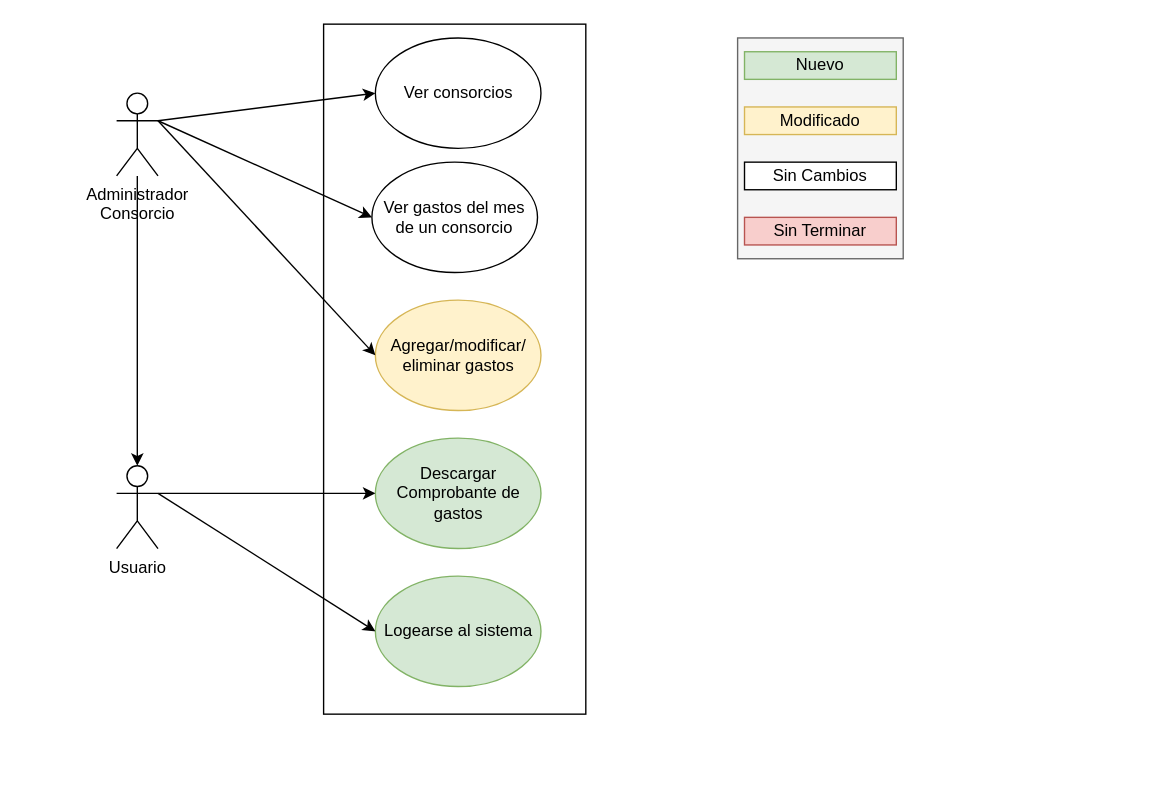
The draw.io diagram united-consortium-doc/use-cases-sources/use-cases.drawio in fbritez/consorcio-unido, before the edit. Source tidied: cells renumbered, new cells numbered last; positions are measured from the earlier drawing's top-left corner, leaving out a move shared by most shapes. Both pictures are drawn from the tidied source at 138%, with x=0, y=0 at pixel (116, 23).
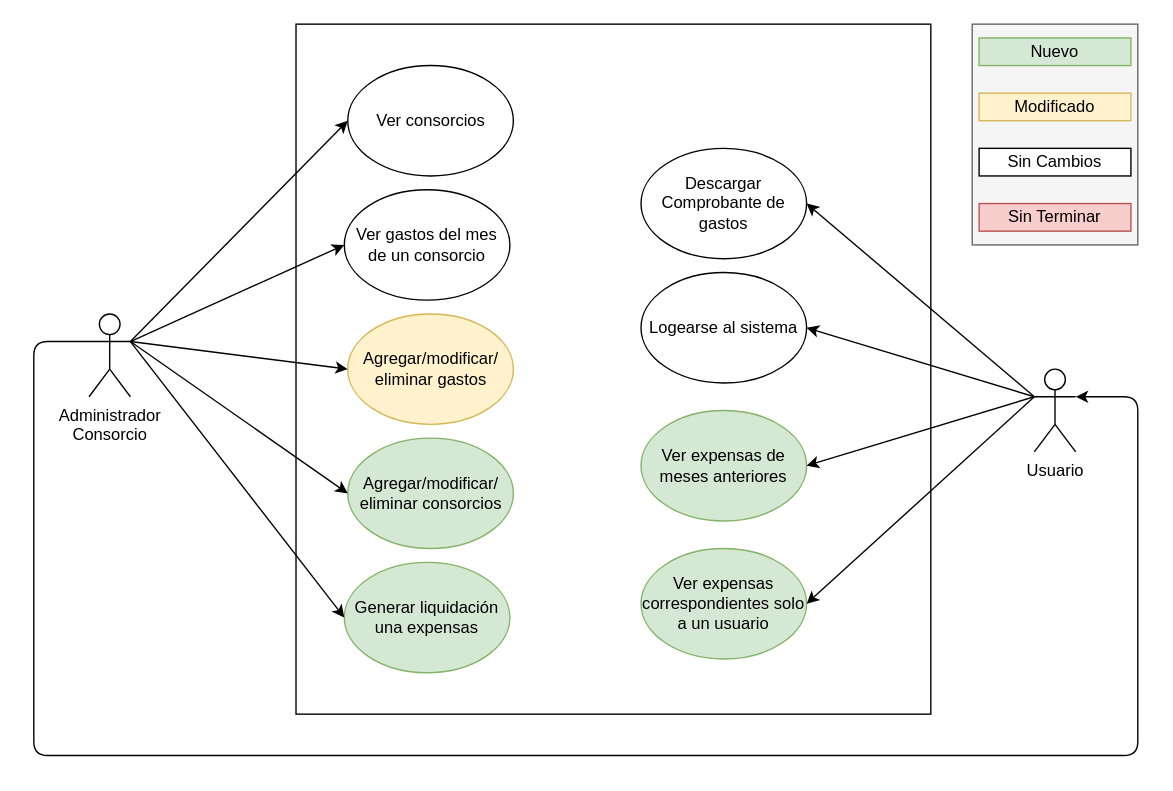
The same diagram, later.

The edit, as a diff of the source:
```diff
@@
     <mxCell id="2" style="rounded=0;whiteSpace=wrap;html=1;" parent="1" vertex="1">
-      <mxGeometry x="150" width="190" height="500" as="geometry" />
+      <mxGeometry x="130" width="460" height="500" as="geometry" />
     </mxCell>
-    <mxCell id="3" style="edgeStyle=orthogonalEdgeStyle;rounded=0;jettySize=auto;html=1;entryX=0.5;entryY=0;entryDx=0;entryDy=0;entryPerimeter=0;" parent="1" edge="1" source="4" target="20">
-      <mxGeometry relative="1" as="geometry" />
-    </mxCell>
     <mxCell id="4" value="Administrador&lt;br&gt;Consorcio" style="shape=umlActor;verticalLabelPosition=bottom;verticalAlign=top;html=1;outlineConnect=0;" parent="1" vertex="1">
-      <mxGeometry y="50" width="30" height="60" as="geometry" />
+      <mxGeometry x="-20" y="210" width="30" height="60" as="geometry" />
     </mxCell>
     <mxCell id="5" value="Ver consorcios" style="ellipse;whiteSpace=wrap;html=1;" parent="1" vertex="1">
-      <mxGeometry x="187.5" y="10" width="120" height="80" as="geometry" />
+      <mxGeometry x="167.5" y="30" width="120" height="80" as="geometry" />
     </mxCell>
@@
     <mxCell id="7" value="Ver gastos del mes&lt;br&gt;de un consorcio" style="ellipse;whiteSpace=wrap;html=1;" parent="1" vertex="1">
-      <mxGeometry x="185" y="100" width="120" height="80" as="geometry" />
+      <mxGeometry x="165" y="120" width="120" height="80" as="geometry" />
     </mxCell>
@@
     <mxCell id="9" value="Agregar/modificar/&lt;br&gt;eliminar gastos" style="ellipse;whiteSpace=wrap;html=1;fillColor=#fff2cc;strokeColor=#d6b656;" parent="1" vertex="1">
-      <mxGeometry x="187.5" y="200" width="120" height="80" as="geometry" />
+      <mxGeometry x="167.5" y="210" width="120" height="80" as="geometry" />
     </mxCell>
@@
     <mxCell id="11" style="rounded=0;whiteSpace=wrap;html=1;fillColor=#f5f5f5;strokeColor=#666666;fontColor=#333333;" parent="1" vertex="1">
-      <mxGeometry x="450" y="10" width="120" height="160" as="geometry" />
+      <mxGeometry x="620" width="120" height="160" as="geometry" />
     </mxCell>
     <mxCell id="12" value="Nuevo" style="rounded=0;whiteSpace=wrap;html=1;fillColor=#d5e8d4;strokeColor=#82b366;" parent="1" vertex="1">
-      <mxGeometry x="455" y="20" width="110" height="20" as="geometry" />
+      <mxGeometry x="625" y="10" width="110" height="20" as="geometry" />
     </mxCell>
     <mxCell id="13" value="Modificado" style="rounded=0;whiteSpace=wrap;html=1;fillColor=#fff2cc;strokeColor=#d6b656;" parent="1" vertex="1">
-      <mxGeometry x="455" y="60" width="110" height="20" as="geometry" />
+      <mxGeometry x="625" y="50" width="110" height="20" as="geometry" />
     </mxCell>
     <mxCell id="14" value="Sin Cambios" style="rounded=0;whiteSpace=wrap;html=1;" parent="1" vertex="1">
-      <mxGeometry x="455" y="100" width="110" height="20" as="geometry" />
+      <mxGeometry x="625" y="90" width="110" height="20" as="geometry" />
     </mxCell>
     <mxCell id="15" value="Sin Terminar" style="rounded=0;whiteSpace=wrap;html=1;fillColor=#f8cecc;strokeColor=#b85450;" parent="1" vertex="1">
-      <mxGeometry x="455" y="140" width="110" height="20" as="geometry" />
+      <mxGeometry x="625" y="130" width="110" height="20" as="geometry" />
     </mxCell>
-    <mxCell id="16" value="Descargar Comprobante de gastos" style="ellipse;whiteSpace=wrap;html=1;fillColor=#d5e8d4;strokeColor=#82b366;" parent="1" vertex="1">
-      <mxGeometry x="187.5" y="300" width="120" height="80" as="geometry" />
+    <mxCell id="16" value="Descargar Comprobante de gastos" style="ellipse;whiteSpace=wrap;html=1;fillColor=#FFFFFF;strokeColor=#000000;" parent="1" vertex="1">
+      <mxGeometry x="380" y="90" width="120" height="80" as="geometry" />
     </mxCell>
-    <mxCell id="17" value="Logearse al sistema" style="ellipse;whiteSpace=wrap;html=1;fillColor=#d5e8d4;strokeColor=#82b366;" parent="1" vertex="1">
-      <mxGeometry x="187.5" y="400" width="120" height="80" as="geometry" />
+    <mxCell id="17" value="Logearse al sistema" style="ellipse;whiteSpace=wrap;html=1;fillColor=#FFFFFF;strokeColor=#000000;" parent="1" vertex="1">
+      <mxGeometry x="380" y="180" width="120" height="80" as="geometry" />
     </mxCell>
-    <mxCell id="18" style="endArrow=classic;html=1;entryX=0;entryY=0.5;entryDx=0;entryDy=0;exitX=1;exitY=0.3333333333333333;exitDx=0;exitDy=0;exitPerimeter=0;" parent="1" edge="1" source="20" target="16">
+    <mxCell id="18" style="endArrow=classic;html=1;entryX=1;entryY=0.5;entryDx=0;entryDy=0;exitX=0;exitY=0.3333333333333333;exitDx=0;exitDy=0;exitPerimeter=0;" parent="1" edge="1" source="20" target="16">
       <mxGeometry relative="1" as="geometry" />
     </mxCell>
-    <mxCell id="19" style="endArrow=classic;html=1;entryX=0;entryY=0.5;entryDx=0;entryDy=0;exitX=1;exitY=0.333;exitDx=0;exitDy=0;exitPerimeter=0;" parent="1" edge="1" source="20" target="17">
+    <mxCell id="19" style="endArrow=classic;html=1;entryX=1;entryY=0.5;entryDx=0;entryDy=0;exitX=0;exitY=0.3333333333333333;exitDx=0;exitDy=0;exitPerimeter=0;" parent="1" edge="1" source="20" target="17">
       <mxGeometry relative="1" as="geometry" />
     </mxCell>
     <mxCell id="20" value="Usuario" style="shape=umlActor;verticalLabelPosition=bottom;verticalAlign=top;html=1;outlineConnect=0;" parent="1" vertex="1">
-      <mxGeometry y="320" width="30" height="60" as="geometry" />
+      <mxGeometry x="665" y="250" width="30" height="60" as="geometry" />
     </mxCell>
+    <mxCell id="21" value="Agregar/modificar/&lt;br&gt;eliminar consorcios" style="ellipse;whiteSpace=wrap;html=1;fillColor=#d5e8d4;strokeColor=#82b366;" parent="1" vertex="1">
+      <mxGeometry x="167.5" y="300" width="120" height="80" as="geometry" />
+    </mxCell>
+    <mxCell id="22" style="endArrow=classic;html=1;entryX=0;entryY=0.5;entryDx=0;entryDy=0;exitX=1;exitY=0.3333333333333333;exitDx=0;exitDy=0;exitPerimeter=0;" parent="1" edge="1" source="4" target="21">
+      <mxGeometry relative="1" as="geometry" />
+    </mxCell>
+    <mxCell id="23" value="Ver expensas de meses anteriores" style="ellipse;whiteSpace=wrap;html=1;fillColor=#d5e8d4;strokeColor=#82b366;" parent="1" vertex="1">
+      <mxGeometry x="380" y="280" width="120" height="80" as="geometry" />
+    </mxCell>
+    <mxCell id="24" style="endArrow=classic;html=1;entryX=1;entryY=0.5;entryDx=0;entryDy=0;exitX=0;exitY=0.3333333333333333;exitDx=0;exitDy=0;exitPerimeter=0;" parent="1" edge="1" source="20" target="23">
+      <mxGeometry relative="1" as="geometry" />
+    </mxCell>
+    <mxCell id="25" value="Ver expensas correspondientes solo a un usuario" style="ellipse;whiteSpace=wrap;html=1;fillColor=#d5e8d4;strokeColor=#82b366;" parent="1" vertex="1">
+      <mxGeometry x="380" y="380" width="120" height="80" as="geometry" />
+    </mxCell>
+    <mxCell id="26" style="endArrow=classic;html=1;entryX=1;entryY=0.5;entryDx=0;entryDy=0;exitX=0;exitY=0.3333333333333333;exitDx=0;exitDy=0;exitPerimeter=0;" parent="1" edge="1" source="20" target="25">
+      <mxGeometry relative="1" as="geometry" />
+    </mxCell>
+    <mxCell id="27" value="Generar liquidación una expensas" style="ellipse;whiteSpace=wrap;html=1;fillColor=#d5e8d4;strokeColor=#82b366;" parent="1" vertex="1">
+      <mxGeometry x="165" y="390" width="120" height="80" as="geometry" />
+    </mxCell>
+    <mxCell id="28" style="endArrow=classic;html=1;entryX=0;entryY=0.5;entryDx=0;entryDy=0;exitX=1;exitY=0.3333333333333333;exitDx=0;exitDy=0;exitPerimeter=0;" parent="1" edge="1" source="4" target="27">
+      <mxGeometry relative="1" as="geometry" />
+    </mxCell>
+    <mxCell id="3" style="endArrow=classic;html=1;entryX=1;entryY=0.3333333333333333;entryDx=0;entryDy=0;exitX=0;exitY=0.3333333333333333;exitDx=0;exitDy=0;exitPerimeter=0;entryPerimeter=0;" parent="1" edge="1" source="4" target="20">
+      <mxGeometry relative="1" as="geometry">
+        <Array as="points">
+          <mxPoint x="-60" y="230" />
+          <mxPoint x="-60" y="530" />
+          <mxPoint x="740" y="530" />
+          <mxPoint x="740" y="270" />
+        </Array>
+      </mxGeometry>
+    </mxCell>
```
